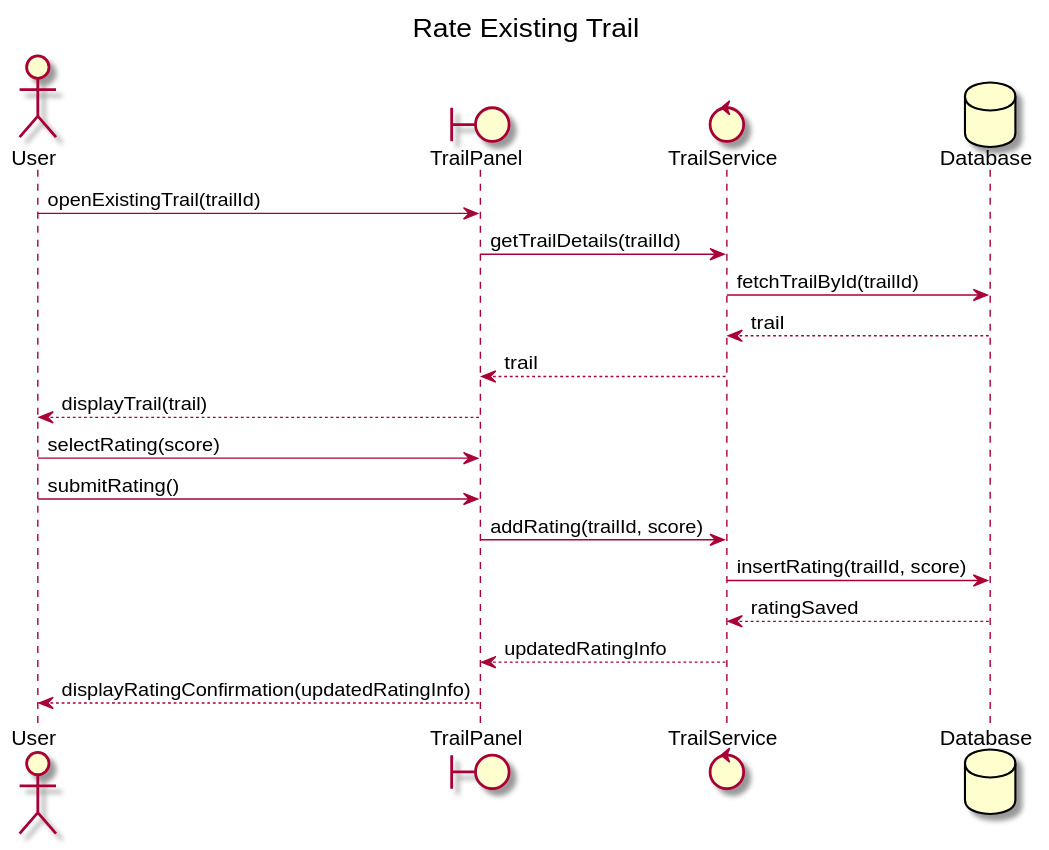
milelime/Wildlife-Explorer keeps this PlantUML diagram as uml-diagrams/svg/sequence/rateTrail.svg. Above is the earlier version. Its diagram source:
```plantuml
@startuml
title Rate Existing Trail

actor User
boundary TrailPanel
control TrailService
database Database

User -> TrailPanel : openExistingTrail(trailId)
TrailPanel -> TrailService : getTrailDetails(trailId)
TrailService -> Database : fetchTrailById(trailId)
Database --> TrailService : trail
TrailService --> TrailPanel : trail

TrailPanel --> User : displayTrail(trail)

User -> TrailPanel : selectRating(score)
User -> TrailPanel : submitRating()

TrailPanel -> TrailService : addRating(trailId, score)
TrailService -> Database : insertRating(trailId, score)
Database --> TrailService : ratingSaved
TrailService --> TrailPanel : updatedRatingInfo

TrailPanel --> User : displayRatingConfirmation(updatedRatingInfo)

@enduml
```
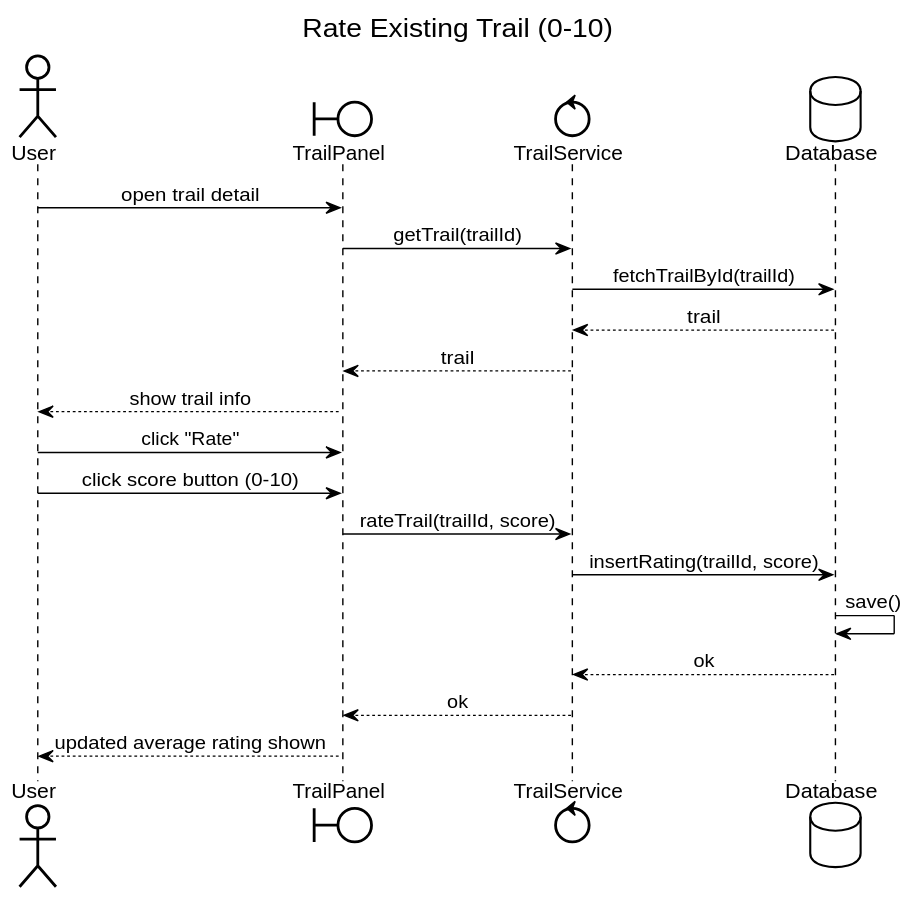
Later version of the same file.

Change to the diagram source:
```diff
@@ -1,27 +1,100 @@
 @startuml
-title Rate Existing Trail
+
+skinparam BackgroundColor white
+skinparam shadowing false
+skinparam defaultFontName SansSerif
+skinparam ArrowColor black
+skinparam ArrowThickness 1
+
+skinparam classAttributeIconSize 0
+skinparam class {
+  BackgroundColor white
+  BorderColor black
+  FontColor black
+}
+skinparam package {
+  BackgroundColor white
+  BorderColor black
+  FontColor black
+}
+skinparam stereotype {
+  BackgroundColor white
+  FontColor black
+}
+
+skinparam sequenceMessageAlign center
+skinparam LifeLineBorderColor black
+skinparam LifeLineBackgroundColor white
+skinparam sequence {
+  ArrowColor black
+  LifeLineBorderColor black
+}
+skinparam participant {
+  BackgroundColor white
+  BorderColor black
+  FontColor black
+}
+skinparam actor {
+  BackgroundColor white
+  BorderColor black
+  FontColor black
+}
+skinparam boundary {
+  BackgroundColor white
+  BorderColor black
+  FontColor black
+}
+skinparam control {
+  BackgroundColor white
+  BorderColor black
+  FontColor black
+}
+skinparam database {
+  BackgroundColor white
+  BorderColor black
+  FontColor black
+}
+skinparam entity {
+  BackgroundColor white
+  BorderColor black
+  FontColor black
+}
+skinparam collections {
+  BackgroundColor white
+  BorderColor black
+  FontColor black
+}
+skinparam note {
+  BackgroundColor white
+  BorderColor black
+  FontColor black
+}
+
+title Rate Existing Trail (0-10)
 
 actor User
 boundary TrailPanel
 control TrailService
 database Database
 
-User -> TrailPanel : openExistingTrail(trailId)
-TrailPanel -> TrailService : getTrailDetails(trailId)
+User -> TrailPanel : open trail detail
+
+TrailPanel -> TrailService : getTrail(trailId)
 TrailService -> Database : fetchTrailById(trailId)
 Database --> TrailService : trail
 TrailService --> TrailPanel : trail
 
-TrailPanel --> User : displayTrail(trail)
+TrailPanel --> User : show trail info
 
-User -> TrailPanel : selectRating(score)
-User -> TrailPanel : submitRating()
+User -> TrailPanel : click "Rate"
+User -> TrailPanel : click score button (0-10)
 
-TrailPanel -> TrailService : addRating(trailId, score)
+TrailPanel -> TrailService : rateTrail(trailId, score)
 TrailService -> Database : insertRating(trailId, score)
-Database --> TrailService : ratingSaved
-TrailService --> TrailPanel : updatedRatingInfo
+Database -> Database : save()
+Database --> TrailService : ok
+TrailService --> TrailPanel : ok
 
-TrailPanel --> User : displayRatingConfirmation(updatedRatingInfo)
+TrailPanel --> User : updated average rating shown
 
 @enduml
```
